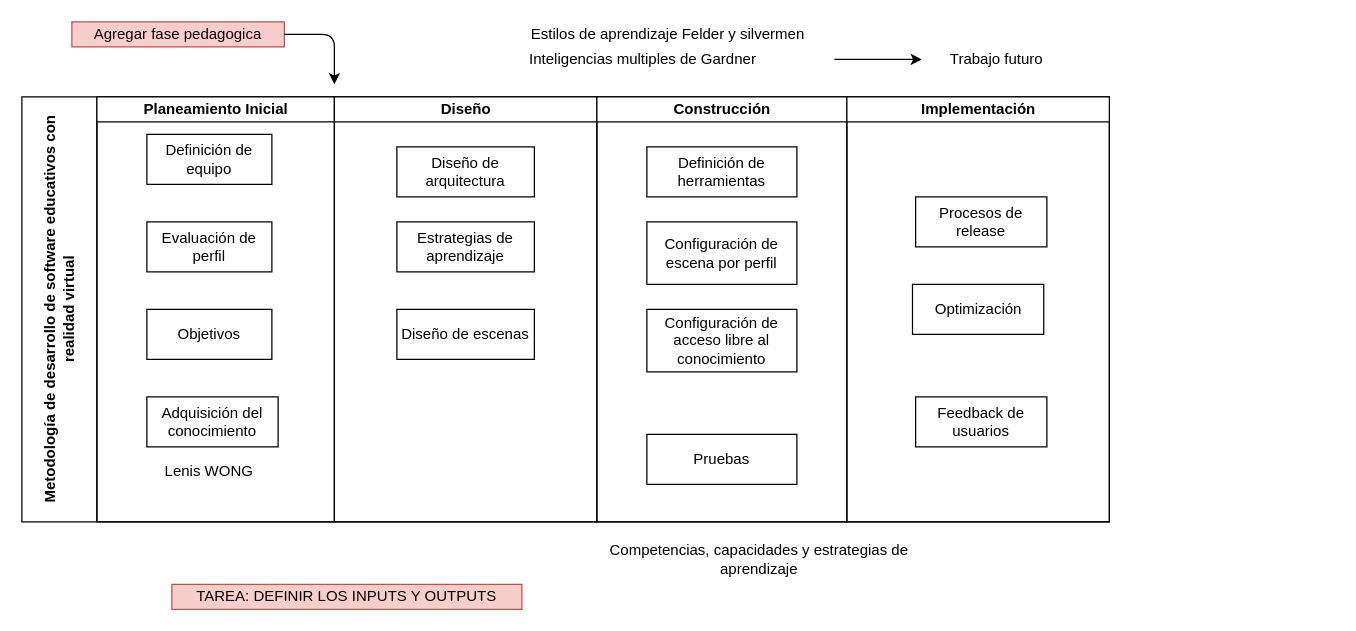
This is Metodología.drawio from AlexisHolyoak/tesis-unmsm-master-degree, a draw.io file, before an edit. Source tidied: cells renumbered, new cells numbered last; positions are measured from the earlier drawing's top-left corner, leaving out a move shared by most shapes. Both pictures are drawn from the tidied source at 125%, with x=0, y=0 at pixel (21, 21).
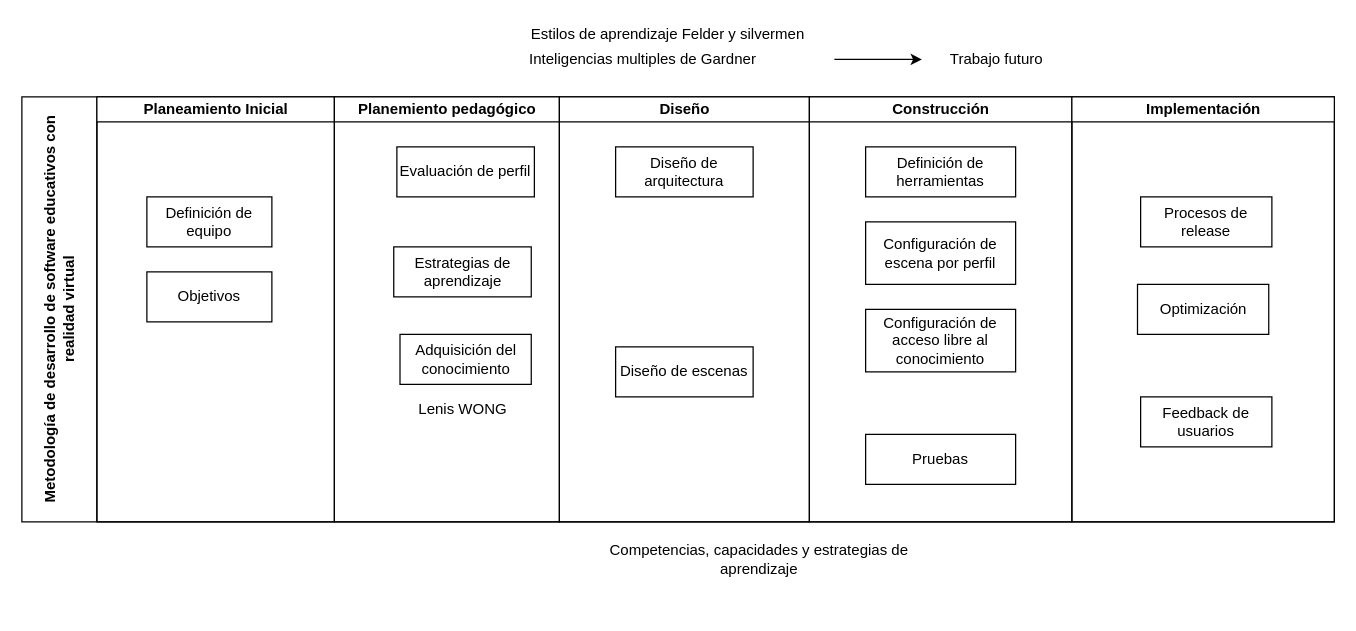
Above is the later version.

Unchanged cells that the change refers to:
```xml
<mxCell id="3" value="Planeamiento Inicial" style="swimlane;html=1;startSize=20;" parent="2" vertex="1">
  <mxGeometry x="60" width="190" height="340" as="geometry" />
</mxCell>
```

What changed in the source:
```diff
@@
     <mxCell id="2" value="Metodología de desarrollo de software educativos con realidad virtual" style="swimlane;html=1;startSize=60;horizontal=0;whiteSpace=wrap;" parent="1" vertex="1">
-      <mxGeometry y="60" width="870" height="340" as="geometry" />
+      <mxGeometry y="60" width="1050" height="340" as="geometry" />
     </mxCell>
@@
-    <mxCell id="4" value="Evaluación de perfil" style="rounded=0;whiteSpace=wrap;html=1;" parent="3" vertex="1">
-      <mxGeometry x="40" y="100" width="100" height="40" as="geometry" />
-    </mxCell>
     <mxCell id="5" value="Objetivos" style="rounded=0;whiteSpace=wrap;html=1;" parent="3" vertex="1">
-      <mxGeometry x="40" y="170" width="100" height="40" as="geometry" />
+      <mxGeometry x="40" y="140" width="100" height="40" as="geometry" />
     </mxCell>
     <mxCell id="6" value="Definición de equipo" style="rounded=0;whiteSpace=wrap;html=1;" parent="3" vertex="1">
-      <mxGeometry x="40" y="30" width="100" height="40" as="geometry" />
+      <mxGeometry x="40" y="80" width="100" height="40" as="geometry" />
     </mxCell>
+    <mxCell id="9" value="Planemiento pedagógico" style="swimlane;html=1;startSize=20;" parent="2" vertex="1">
+      <mxGeometry x="250" width="180" height="340" as="geometry" />
+    </mxCell>
+    <mxCell id="12" value="Estrategias de aprendizaje" style="rounded=0;whiteSpace=wrap;html=1;" parent="9" vertex="1">
+      <mxGeometry x="47.5" y="120" width="110" height="40" as="geometry" />
+    </mxCell>
+    <mxCell id="4" value="Evaluación de perfil" style="rounded=0;whiteSpace=wrap;html=1;" parent="9" vertex="1">
+      <mxGeometry x="50" y="40" width="110" height="40" as="geometry" />
+    </mxCell>
-    <mxCell id="7" value="Adquisición del conocimiento" style="rounded=0;whiteSpace=wrap;html=1;" parent="3" vertex="1">
-      <mxGeometry x="40" y="240" width="105" height="40" as="geometry" />
+    <mxCell id="7" value="Adquisición del conocimiento" style="rounded=0;whiteSpace=wrap;html=1;" parent="9" vertex="1">
+      <mxGeometry x="52.5" y="190" width="105" height="40" as="geometry" />
     </mxCell>
-    <mxCell id="8" value="Lenis WONG" style="text;html=1;strokeColor=none;fillColor=none;align=center;verticalAlign=middle;whiteSpace=wrap;rounded=0;" parent="3" vertex="1">
-      <mxGeometry x="45" y="290" width="90" height="20" as="geometry" />
+    <mxCell id="8" value="Lenis WONG" style="text;html=1;strokeColor=none;fillColor=none;align=center;verticalAlign=middle;whiteSpace=wrap;rounded=0;" parent="9" vertex="1">
+      <mxGeometry x="57.5" y="240" width="90" height="20" as="geometry" />
     </mxCell>
-    <mxCell id="9" value="Diseño" style="swimlane;html=1;startSize=20;" parent="2" vertex="1">
-      <mxGeometry x="250" width="210" height="340" as="geometry" />
-    </mxCell>
+    <mxCell id="13" value="Diseño" style="swimlane;html=1;startSize=20;" parent="2" vertex="1">
+      <mxGeometry x="430" width="200" height="340" as="geometry" />
+    </mxCell>
+    <mxCell id="11" value="Diseño de arquitectura" style="rounded=0;whiteSpace=wrap;html=1;" parent="13" vertex="1">
+      <mxGeometry x="45" y="40" width="110" height="40" as="geometry" />
+    </mxCell>
-    <mxCell id="10" value="Diseño de escenas" style="rounded=0;whiteSpace=wrap;html=1;" parent="9" vertex="1">
-      <mxGeometry x="50" y="170" width="110" height="40" as="geometry" />
+    <mxCell id="10" value="Diseño de escenas" style="rounded=0;whiteSpace=wrap;html=1;" parent="13" vertex="1">
+      <mxGeometry x="45" y="200" width="110" height="40" as="geometry" />
     </mxCell>
-    <mxCell id="11" value="Diseño de arquitectura" style="rounded=0;whiteSpace=wrap;html=1;" parent="9" vertex="1">
-      <mxGeometry x="50" y="40" width="110" height="40" as="geometry" />
-    </mxCell>
-    <mxCell id="12" value="Estrategias de aprendizaje" style="rounded=0;whiteSpace=wrap;html=1;" parent="9" vertex="1">
-      <mxGeometry x="50" y="100" width="110" height="40" as="geometry" />
-    </mxCell>
-    <mxCell id="13" value="Construcción" style="swimlane;html=1;startSize=20;" parent="2" vertex="1">
-      <mxGeometry x="460" width="200" height="340" as="geometry" />
-    </mxCell>
+    <mxCell id="18" value="Construcción" style="swimlane;html=1;startSize=20;" parent="2" vertex="1">
+      <mxGeometry x="630" width="210" height="340" as="geometry" />
+    </mxCell>
-    <mxCell id="14" value="Definición de herramientas" style="rounded=0;whiteSpace=wrap;html=1;" parent="13" vertex="1">
-      <mxGeometry x="40" y="40" width="120" height="40" as="geometry" />
+    <mxCell id="14" value="Definición de herramientas" style="rounded=0;whiteSpace=wrap;html=1;" parent="18" vertex="1">
+      <mxGeometry x="45" y="40" width="120" height="40" as="geometry" />
     </mxCell>
-    <mxCell id="15" value="Configuración de acceso libre al conocimiento" style="rounded=0;whiteSpace=wrap;html=1;" parent="13" vertex="1">
-      <mxGeometry x="40" y="170" width="120" height="50" as="geometry" />
+    <mxCell id="15" value="Configuración de acceso libre al conocimiento" style="rounded=0;whiteSpace=wrap;html=1;" parent="18" vertex="1">
+      <mxGeometry x="45" y="170" width="120" height="50" as="geometry" />
     </mxCell>
-    <mxCell id="16" value="Pruebas" style="rounded=0;whiteSpace=wrap;html=1;" parent="13" vertex="1">
-      <mxGeometry x="40" y="270" width="120" height="40" as="geometry" />
+    <mxCell id="16" value="Pruebas" style="rounded=0;whiteSpace=wrap;html=1;" parent="18" vertex="1">
+      <mxGeometry x="45" y="270" width="120" height="40" as="geometry" />
     </mxCell>
-    <mxCell id="17" value="Configuración de escena por perfil" style="rounded=0;whiteSpace=wrap;html=1;" parent="13" vertex="1">
-      <mxGeometry x="40" y="100" width="120" height="50" as="geometry" />
+    <mxCell id="17" value="Configuración de escena por perfil" style="rounded=0;whiteSpace=wrap;html=1;" parent="18" vertex="1">
+      <mxGeometry x="45" y="100" width="120" height="50" as="geometry" />
     </mxCell>
-    <mxCell id="18" value="Implementación" style="swimlane;html=1;startSize=20;" parent="2" vertex="1">
-      <mxGeometry x="660" width="210" height="340" as="geometry" />
-    </mxCell>
+    <mxCell id="30" value="Implementación" style="swimlane;html=1;startSize=20;" parent="2" vertex="1">
+      <mxGeometry x="840" width="210" height="340" as="geometry" />
+    </mxCell>
-    <mxCell id="19" value="Feedback de usuarios" style="rounded=0;whiteSpace=wrap;html=1;" parent="18" vertex="1">
+    <mxCell id="19" value="Feedback de usuarios" style="rounded=0;whiteSpace=wrap;html=1;" parent="30" vertex="1">
       <mxGeometry x="55" y="240" width="105" height="40" as="geometry" />
     </mxCell>
-    <mxCell id="20" value="Procesos de release" style="rounded=0;whiteSpace=wrap;html=1;" parent="18" vertex="1">
+    <mxCell id="20" value="Procesos de release" style="rounded=0;whiteSpace=wrap;html=1;" parent="30" vertex="1">
       <mxGeometry x="55" y="80" width="105" height="40" as="geometry" />
     </mxCell>
-    <mxCell id="21" value="Optimización" style="rounded=0;whiteSpace=wrap;html=1;" parent="18" vertex="1">
+    <mxCell id="21" value="Optimización" style="rounded=0;whiteSpace=wrap;html=1;" parent="30" vertex="1">
       <mxGeometry x="52.5" y="150" width="105" height="40" as="geometry" />
     </mxCell>
@@
-    <mxCell id="27" value="Agregar fase pedagogica" style="text;html=1;strokeColor=#b85450;fillColor=#f8cecc;align=center;verticalAlign=middle;whiteSpace=wrap;rounded=0;" parent="1" vertex="1">
-      <mxGeometry x="40" width="170" height="20" as="geometry" />
-    </mxCell>
-    <mxCell id="28" style="edgeStyle=segmentEdgeStyle;endArrow=classic;html=1;" parent="1" edge="1">
-      <mxGeometry relative="1" as="geometry">
-        <mxPoint x="210" y="10" as="sourcePoint" />
-        <mxPoint x="250" y="50" as="targetPoint" />
-      </mxGeometry>
-    </mxCell>
-    <mxCell id="29" value="TAREA: DEFINIR LOS INPUTS Y OUTPUTS" style="text;html=1;strokeColor=#b85450;fillColor=#f8cecc;align=center;verticalAlign=middle;whiteSpace=wrap;rounded=0;" parent="1" vertex="1">
-      <mxGeometry x="120" y="450" width="280" height="20" as="geometry" />
-    </mxCell>
```
